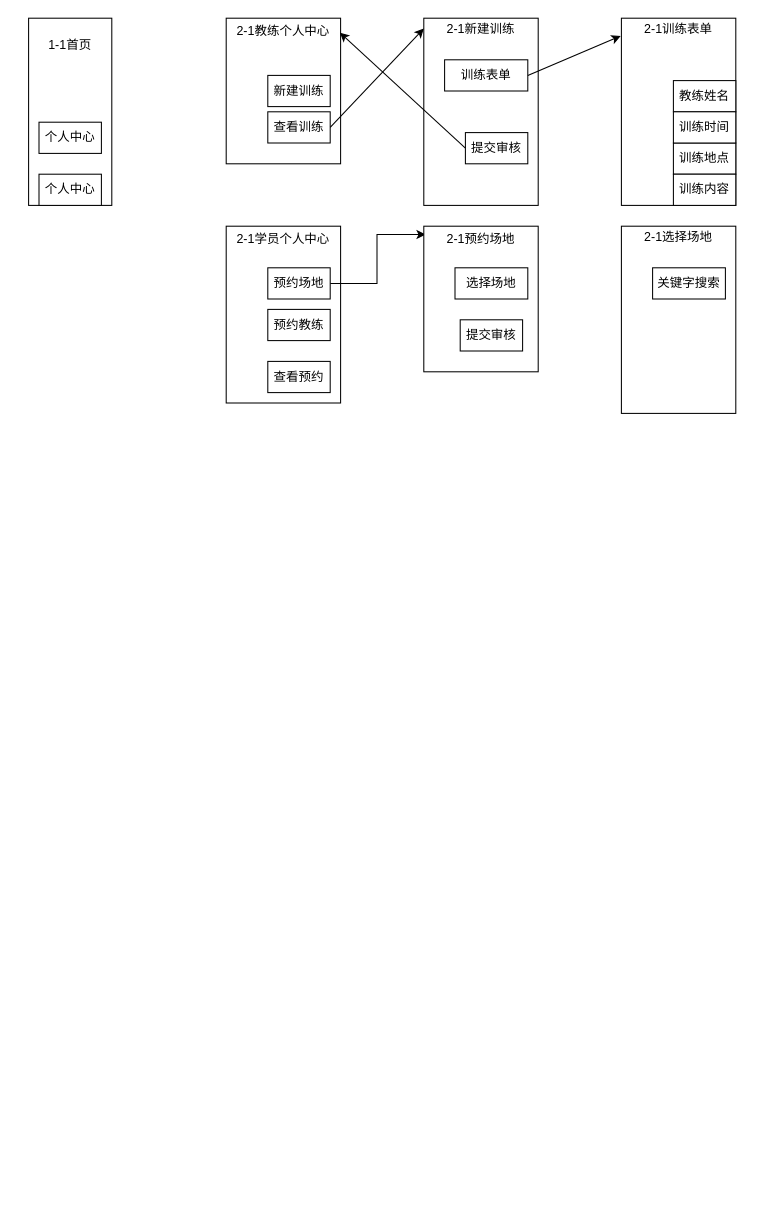
kaffu2ang/hw1 keeps this draw.io diagram as Untitled Diagram.drawio. Above is the earlier version. Source tidied: cells renumbered, new cells numbered last; positions are measured from the earlier drawing's top-left corner, leaving out a move shared by most shapes. Both pictures are drawn from the tidied source at 104%, with x=0, y=0 at pixel (28, 18).
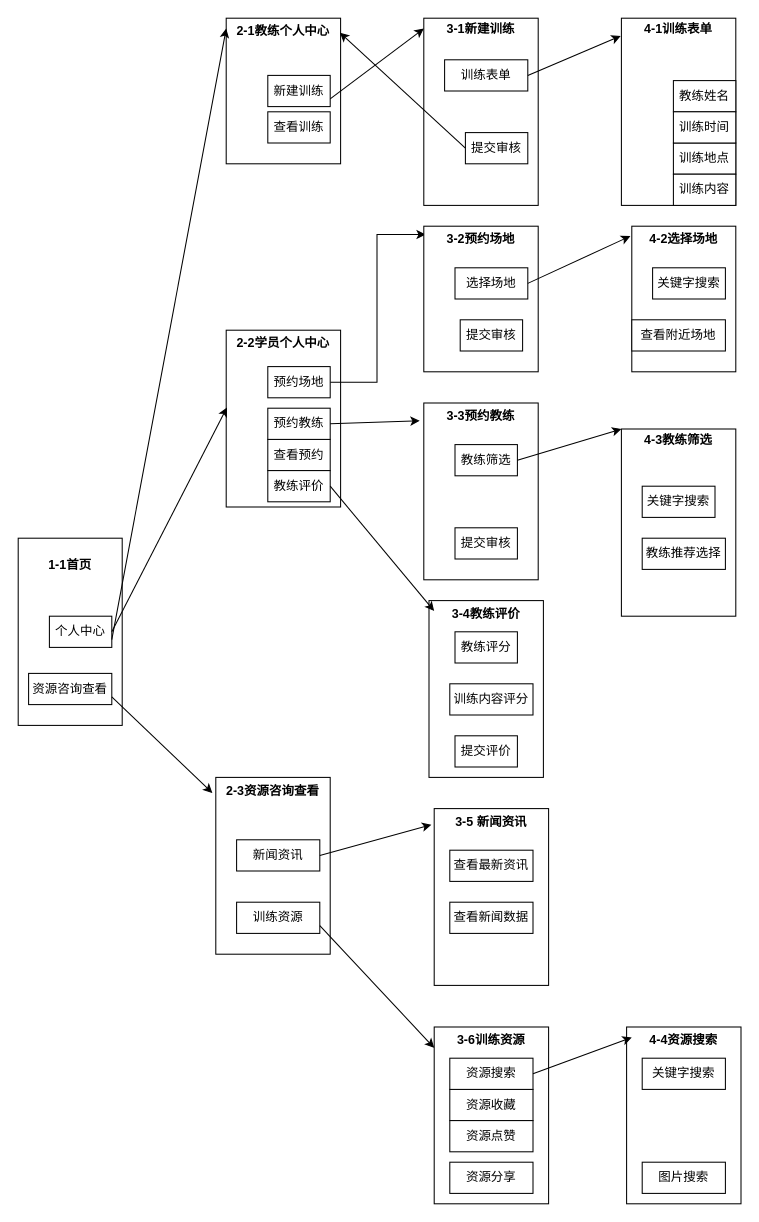
After the change.

Unchanged cells that the change refers to:
```xml
<mxCell id="5" value="查看训练" style="rounded=0;whiteSpace=wrap;html=1;" parent="1" vertex="1">
  <mxGeometry x="230" y="90" width="60" height="30" as="geometry" />
</mxCell>
<mxCell id="8" value="新建训练" style="rounded=0;whiteSpace=wrap;html=1;" parent="1" vertex="1">
  <mxGeometry x="230" y="55" width="60" height="30" as="geometry" />
</mxCell>
<mxCell id="24" value="选择场地" style="rounded=0;whiteSpace=wrap;html=1;" parent="1" vertex="1">
  <mxGeometry x="410" y="240" width="70" height="30" as="geometry" />
</mxCell>
```

What changed in the source:
```diff
@@
-    <mxCell id="2" value="&lt;div&gt;1-1首页&lt;/div&gt;&lt;div&gt;&lt;br&gt;&lt;/div&gt;&lt;div&gt;&lt;br&gt;&lt;/div&gt;&lt;div&gt;&lt;br&gt;&lt;/div&gt;&lt;div&gt;&lt;br&gt;&lt;/div&gt;&lt;div&gt;&lt;br&gt;&lt;/div&gt;&lt;div&gt;&lt;br&gt;&lt;/div&gt;&lt;div&gt;&lt;br&gt;&lt;/div&gt;&lt;div&gt;&lt;br&gt;&lt;/div&gt;&lt;div&gt;&lt;br&gt;&lt;/div&gt;" style="rounded=0;whiteSpace=wrap;html=1;" parent="1" vertex="1">
-      <mxGeometry width="80" height="180" as="geometry" />
+    <mxCell id="2" value="&lt;div&gt;1-1首页&lt;/div&gt;&lt;div&gt;&lt;br&gt;&lt;/div&gt;&lt;div&gt;&lt;br&gt;&lt;/div&gt;&lt;div&gt;&lt;br&gt;&lt;/div&gt;&lt;div&gt;&lt;br&gt;&lt;/div&gt;&lt;div&gt;&lt;br&gt;&lt;/div&gt;&lt;div&gt;&lt;br&gt;&lt;/div&gt;&lt;div&gt;&lt;br&gt;&lt;/div&gt;&lt;div&gt;&lt;br&gt;&lt;/div&gt;&lt;div&gt;&lt;br&gt;&lt;/div&gt;" style="rounded=0;whiteSpace=wrap;html=1;fontStyle=1;" parent="1" vertex="1">
+      <mxGeometry x="-10" y="500" width="100" height="180" as="geometry" />
     </mxCell>
     <mxCell id="3" value="个人中心" style="rounded=0;whiteSpace=wrap;html=1;" parent="1" vertex="1">
-      <mxGeometry x="10" y="100" width="60" height="30" as="geometry" />
+      <mxGeometry x="20" y="575" width="60" height="30" as="geometry" />
     </mxCell>
-    <mxCell id="4" value="&lt;div&gt;2-1教练个人中心&lt;/div&gt;&lt;div&gt;&lt;br&gt;&lt;/div&gt;&lt;div&gt;&lt;br&gt;&lt;/div&gt;&lt;div&gt;&lt;br&gt;&lt;/div&gt;&lt;div&gt;&lt;br&gt;&lt;/div&gt;&lt;div&gt;&lt;br&gt;&lt;/div&gt;&lt;div&gt;&lt;br&gt;&lt;/div&gt;&lt;div&gt;&lt;br&gt;&lt;/div&gt;&lt;div&gt;&lt;br&gt;&lt;/div&gt;" style="rounded=0;whiteSpace=wrap;html=1;" parent="1" vertex="1">
+    <mxCell id="4" value="&lt;div&gt;2-1教练个人中心&lt;/div&gt;&lt;div&gt;&lt;br&gt;&lt;/div&gt;&lt;div&gt;&lt;br&gt;&lt;/div&gt;&lt;div&gt;&lt;br&gt;&lt;/div&gt;&lt;div&gt;&lt;br&gt;&lt;/div&gt;&lt;div&gt;&lt;br&gt;&lt;/div&gt;&lt;div&gt;&lt;br&gt;&lt;/div&gt;&lt;div&gt;&lt;br&gt;&lt;/div&gt;&lt;div&gt;&lt;br&gt;&lt;/div&gt;" style="rounded=0;whiteSpace=wrap;html=1;fontStyle=1;" parent="1" vertex="1">
       <mxGeometry x="190" width="110" height="140" as="geometry" />
     </mxCell>
@@
-    <mxCell id="6" value="&lt;div&gt;2-1新建训练&lt;/div&gt;&lt;div&gt;&lt;br&gt;&lt;/div&gt;&lt;div&gt;&lt;br&gt;&lt;/div&gt;&lt;div&gt;&lt;br&gt;&lt;/div&gt;&lt;div&gt;&lt;br&gt;&lt;/div&gt;&lt;div&gt;&lt;br&gt;&lt;/div&gt;&lt;div&gt;&lt;br&gt;&lt;/div&gt;&lt;div&gt;&lt;br&gt;&lt;/div&gt;&lt;div&gt;&lt;br&gt;&lt;/div&gt;&lt;div&gt;&lt;br&gt;&lt;/div&gt;&lt;div&gt;&lt;br&gt;&lt;/div&gt;&lt;div&gt;&lt;br&gt;&lt;/div&gt;" style="rounded=0;whiteSpace=wrap;html=1;" parent="1" vertex="1">
+    <mxCell id="6" value="&lt;div&gt;3-1新建训练&lt;/div&gt;&lt;div&gt;&lt;br&gt;&lt;/div&gt;&lt;div&gt;&lt;br&gt;&lt;/div&gt;&lt;div&gt;&lt;br&gt;&lt;/div&gt;&lt;div&gt;&lt;br&gt;&lt;/div&gt;&lt;div&gt;&lt;br&gt;&lt;/div&gt;&lt;div&gt;&lt;br&gt;&lt;/div&gt;&lt;div&gt;&lt;br&gt;&lt;/div&gt;&lt;div&gt;&lt;br&gt;&lt;/div&gt;&lt;div&gt;&lt;br&gt;&lt;/div&gt;&lt;div&gt;&lt;br&gt;&lt;/div&gt;&lt;div&gt;&lt;br&gt;&lt;/div&gt;" style="rounded=0;whiteSpace=wrap;html=1;fontStyle=1;" parent="1" vertex="1">
       <mxGeometry x="380" width="110" height="180" as="geometry" />
     </mxCell>
-    <mxCell id="7" value="&lt;div&gt;2-1学员个人中心&lt;/div&gt;&lt;div&gt;&lt;br&gt;&lt;/div&gt;&lt;div&gt;&lt;br&gt;&lt;/div&gt;&lt;div&gt;&lt;br&gt;&lt;/div&gt;&lt;div&gt;&lt;br&gt;&lt;/div&gt;&lt;div&gt;&lt;br&gt;&lt;/div&gt;&lt;div&gt;&lt;br&gt;&lt;/div&gt;&lt;div&gt;&lt;br&gt;&lt;/div&gt;&lt;div&gt;&lt;br&gt;&lt;/div&gt;&lt;div&gt;&lt;br&gt;&lt;/div&gt;&lt;div&gt;&lt;br&gt;&lt;/div&gt;" style="rounded=0;whiteSpace=wrap;html=1;" parent="1" vertex="1">
-      <mxGeometry x="190" y="200" width="110" height="170" as="geometry" />
+    <mxCell id="7" value="&lt;div&gt;2-2学员个人中心&lt;/div&gt;&lt;div&gt;&lt;br&gt;&lt;/div&gt;&lt;div&gt;&lt;br&gt;&lt;/div&gt;&lt;div&gt;&lt;br&gt;&lt;/div&gt;&lt;div&gt;&lt;br&gt;&lt;/div&gt;&lt;div&gt;&lt;br&gt;&lt;/div&gt;&lt;div&gt;&lt;br&gt;&lt;/div&gt;&lt;div&gt;&lt;br&gt;&lt;/div&gt;&lt;div&gt;&lt;br&gt;&lt;/div&gt;&lt;div&gt;&lt;br&gt;&lt;/div&gt;&lt;div&gt;&lt;br&gt;&lt;/div&gt;" style="rounded=0;whiteSpace=wrap;html=1;fontStyle=1;" parent="1" vertex="1">
+      <mxGeometry x="190" y="300" width="110" height="170" as="geometry" />
     </mxCell>
@@
     <mxCell id="10" value="预约场地" style="rounded=0;whiteSpace=wrap;html=1;" parent="1" vertex="1">
-      <mxGeometry x="230" y="240" width="60" height="30" as="geometry" />
+      <mxGeometry x="230" y="335" width="60" height="30" as="geometry" />
     </mxCell>
     <mxCell id="11" value="查看预约" style="rounded=0;whiteSpace=wrap;html=1;" parent="1" vertex="1">
-      <mxGeometry x="230" y="330" width="60" height="30" as="geometry" />
+      <mxGeometry x="230" y="405" width="60" height="30" as="geometry" />
     </mxCell>
@@
-    <mxCell id="13" value="&lt;div&gt;2-1训练表单&lt;/div&gt;&lt;div&gt;&lt;br&gt;&lt;/div&gt;&lt;div&gt;&lt;br&gt;&lt;/div&gt;&lt;div&gt;&lt;br&gt;&lt;/div&gt;&lt;div&gt;&lt;br&gt;&lt;/div&gt;&lt;div&gt;&lt;br&gt;&lt;/div&gt;&lt;div&gt;&lt;br&gt;&lt;/div&gt;&lt;div&gt;&lt;br&gt;&lt;/div&gt;&lt;div&gt;&lt;br&gt;&lt;/div&gt;&lt;div&gt;&lt;br&gt;&lt;/div&gt;&lt;div&gt;&lt;br&gt;&lt;/div&gt;&lt;div&gt;&lt;br&gt;&lt;/div&gt;" style="rounded=0;whiteSpace=wrap;html=1;" parent="1" vertex="1">
+    <mxCell id="13" value="&lt;div&gt;4-1训练表单&lt;/div&gt;&lt;div&gt;&lt;br&gt;&lt;/div&gt;&lt;div&gt;&lt;br&gt;&lt;/div&gt;&lt;div&gt;&lt;br&gt;&lt;/div&gt;&lt;div&gt;&lt;br&gt;&lt;/div&gt;&lt;div&gt;&lt;br&gt;&lt;/div&gt;&lt;div&gt;&lt;br&gt;&lt;/div&gt;&lt;div&gt;&lt;br&gt;&lt;/div&gt;&lt;div&gt;&lt;br&gt;&lt;/div&gt;&lt;div&gt;&lt;br&gt;&lt;/div&gt;&lt;div&gt;&lt;br&gt;&lt;/div&gt;&lt;div&gt;&lt;br&gt;&lt;/div&gt;" style="rounded=0;whiteSpace=wrap;html=1;fontStyle=1;" parent="1" vertex="1">
       <mxGeometry x="570" width="110" height="180" as="geometry" />
     </mxCell>
@@
-    <mxCell id="21" style="endArrow=classic;html=1;exitX=1;exitY=0.5;exitDx=0;exitDy=0;" parent="1" edge="1" source="5">
+    <mxCell id="21" style="endArrow=classic;html=1;exitX=1;exitY=0.75;exitDx=0;exitDy=0;" parent="1" edge="1" source="8">
       <mxGeometry relative="1" as="geometry">
         <mxPoint x="380" y="10" as="targetPoint" />
       </mxGeometry>
     </mxCell>
-    <mxCell id="22" value="个人中心" style="rounded=0;whiteSpace=wrap;html=1;" parent="1" vertex="1">
-      <mxGeometry x="10" y="150" width="60" height="30" as="geometry" />
+    <mxCell id="22" value="资源咨询查看" style="rounded=0;whiteSpace=wrap;html=1;" parent="1" vertex="1">
+      <mxGeometry y="630" width="80" height="30" as="geometry" />
     </mxCell>
-    <mxCell id="23" value="&lt;div&gt;2-1预约场地&lt;/div&gt;&lt;div&gt;&lt;br&gt;&lt;/div&gt;&lt;div&gt;&lt;br&gt;&lt;/div&gt;&lt;div&gt;&lt;br&gt;&lt;/div&gt;&lt;div&gt;&lt;br&gt;&lt;/div&gt;&lt;div&gt;&lt;br&gt;&lt;/div&gt;&lt;div&gt;&lt;br&gt;&lt;/div&gt;&lt;div&gt;&lt;br&gt;&lt;/div&gt;&lt;div&gt;&lt;br&gt;&lt;/div&gt;" style="rounded=0;whiteSpace=wrap;html=1;" parent="1" vertex="1">
+    <mxCell id="23" value="&lt;div&gt;3-2预约场地&lt;/div&gt;&lt;div&gt;&lt;br&gt;&lt;/div&gt;&lt;div&gt;&lt;br&gt;&lt;/div&gt;&lt;div&gt;&lt;br&gt;&lt;/div&gt;&lt;div&gt;&lt;br&gt;&lt;/div&gt;&lt;div&gt;&lt;br&gt;&lt;/div&gt;&lt;div&gt;&lt;br&gt;&lt;/div&gt;&lt;div&gt;&lt;br&gt;&lt;/div&gt;&lt;div&gt;&lt;br&gt;&lt;/div&gt;" style="rounded=0;whiteSpace=wrap;html=1;fontStyle=1;" parent="1" vertex="1">
       <mxGeometry x="380" y="200" width="110" height="140" as="geometry" />
     </mxCell>
@@
-    <mxCell id="26" value="&lt;div&gt;2-1选择场地&lt;/div&gt;&lt;div&gt;&lt;br&gt;&lt;/div&gt;&lt;div&gt;&lt;br&gt;&lt;/div&gt;&lt;div&gt;&lt;br&gt;&lt;/div&gt;&lt;div&gt;&lt;br&gt;&lt;/div&gt;&lt;div&gt;&lt;br&gt;&lt;/div&gt;&lt;div&gt;&lt;br&gt;&lt;/div&gt;&lt;div&gt;&lt;br&gt;&lt;/div&gt;&lt;div&gt;&lt;br&gt;&lt;/div&gt;&lt;div&gt;&lt;br&gt;&lt;/div&gt;&lt;div&gt;&lt;br&gt;&lt;/div&gt;&lt;div&gt;&lt;br&gt;&lt;/div&gt;" style="rounded=0;whiteSpace=wrap;html=1;" parent="1" vertex="1">
-      <mxGeometry x="570" y="200" width="110" height="180" as="geometry" />
+    <mxCell id="26" value="&lt;div&gt;&lt;br&gt;&lt;/div&gt;&lt;div&gt;&lt;br&gt;&lt;/div&gt;&lt;div&gt;&lt;br&gt;&lt;/div&gt;&lt;div&gt;4-2选择场地&lt;/div&gt;&lt;div&gt;&lt;br&gt;&lt;/div&gt;&lt;div&gt;&lt;br&gt;&lt;/div&gt;&lt;div&gt;&lt;br&gt;&lt;/div&gt;&lt;div&gt;&lt;br&gt;&lt;/div&gt;&lt;div&gt;&lt;br&gt;&lt;/div&gt;&lt;div&gt;&lt;br&gt;&lt;/div&gt;&lt;div&gt;&lt;br&gt;&lt;/div&gt;&lt;div&gt;&lt;br&gt;&lt;/div&gt;&lt;div&gt;&lt;br&gt;&lt;/div&gt;&lt;div&gt;&lt;br&gt;&lt;/div&gt;&lt;div&gt;&lt;br&gt;&lt;/div&gt;" style="rounded=0;whiteSpace=wrap;html=1;fontStyle=1;" parent="1" vertex="1">
+      <mxGeometry x="580" y="200" width="100" height="140" as="geometry" />
     </mxCell>
@@
     <mxCell id="28" value="预约教练" style="rounded=0;whiteSpace=wrap;html=1;" parent="1" vertex="1">
-      <mxGeometry x="230" y="280" width="60" height="30" as="geometry" />
+      <mxGeometry x="230" y="375" width="60" height="30" as="geometry" />
     </mxCell>
+    <mxCell id="29" value="查看附近场地" style="rounded=0;whiteSpace=wrap;html=1;" parent="1" vertex="1">
+      <mxGeometry x="580" y="290" width="90" height="30" as="geometry" />
+    </mxCell>
+    <mxCell id="30" value="&lt;div&gt;3-3预约教练&lt;/div&gt;&lt;div&gt;&lt;br&gt;&lt;/div&gt;&lt;div&gt;&lt;br&gt;&lt;/div&gt;&lt;div&gt;&lt;br&gt;&lt;/div&gt;&lt;div&gt;&lt;br&gt;&lt;/div&gt;&lt;div&gt;&lt;br&gt;&lt;/div&gt;&lt;div&gt;&lt;br&gt;&lt;/div&gt;&lt;div&gt;&lt;br&gt;&lt;/div&gt;&lt;div&gt;&lt;br&gt;&lt;/div&gt;&lt;div&gt;&lt;br&gt;&lt;/div&gt;&lt;div&gt;&lt;br&gt;&lt;/div&gt;" style="rounded=0;whiteSpace=wrap;html=1;fontStyle=1;" parent="1" vertex="1">
+      <mxGeometry x="380" y="370" width="110" height="170" as="geometry" />
+    </mxCell>
+    <mxCell id="31" value="教练筛选" style="rounded=0;whiteSpace=wrap;html=1;" parent="1" vertex="1">
+      <mxGeometry x="410" y="410" width="60" height="30" as="geometry" />
+    </mxCell>
+    <mxCell id="32" value="提交审核" style="rounded=0;whiteSpace=wrap;html=1;" parent="1" vertex="1">
+      <mxGeometry x="410" y="490" width="60" height="30" as="geometry" />
+    </mxCell>
+    <mxCell id="33" value="&lt;div&gt;4-3教练筛选&lt;/div&gt;&lt;div&gt;&lt;br&gt;&lt;/div&gt;&lt;div&gt;&lt;br&gt;&lt;/div&gt;&lt;div&gt;&lt;br&gt;&lt;/div&gt;&lt;div&gt;&lt;br&gt;&lt;/div&gt;&lt;div&gt;&lt;br&gt;&lt;/div&gt;&lt;div&gt;&lt;br&gt;&lt;/div&gt;&lt;div&gt;&lt;br&gt;&lt;/div&gt;&lt;div&gt;&lt;br&gt;&lt;/div&gt;&lt;div&gt;&lt;br&gt;&lt;/div&gt;&lt;div&gt;&lt;br&gt;&lt;/div&gt;&lt;div&gt;&lt;br&gt;&lt;/div&gt;" style="rounded=0;whiteSpace=wrap;html=1;fontStyle=1;" parent="1" vertex="1">
+      <mxGeometry x="570" y="395" width="110" height="180" as="geometry" />
+    </mxCell>
+    <mxCell id="34" value="关键字搜索" style="rounded=0;whiteSpace=wrap;html=1;" parent="1" vertex="1">
+      <mxGeometry x="590" y="450" width="70" height="30" as="geometry" />
+    </mxCell>
+    <mxCell id="35" value="教练推荐选择" style="rounded=0;whiteSpace=wrap;html=1;" parent="1" vertex="1">
+      <mxGeometry x="590" y="500" width="80" height="30" as="geometry" />
+    </mxCell>
+    <mxCell id="36" style="endArrow=classic;html=1;entryX=-0.036;entryY=0.101;entryDx=0;entryDy=0;entryPerimeter=0;exitX=1;exitY=0.5;exitDx=0;exitDy=0;" parent="1" edge="1" source="28" target="30">
+      <mxGeometry relative="1" as="geometry" />
+    </mxCell>
+    <mxCell id="37" style="endArrow=classic;html=1;entryX=0;entryY=0;entryDx=0;entryDy=0;exitX=1;exitY=0.5;exitDx=0;exitDy=0;" parent="1" edge="1" source="31" target="33">
+      <mxGeometry relative="1" as="geometry" />
+    </mxCell>
+    <mxCell id="38" value="教练评价" style="rounded=0;whiteSpace=wrap;html=1;" parent="1" vertex="1">
+      <mxGeometry x="230" y="435" width="60" height="30" as="geometry" />
+    </mxCell>
+    <mxCell id="39" style="endArrow=classic;html=1;exitX=1;exitY=0.5;exitDx=0;exitDy=0;entryX=-0.014;entryY=0.068;entryDx=0;entryDy=0;entryPerimeter=0;" parent="1" edge="1" source="24" target="26">
+      <mxGeometry relative="1" as="geometry" />
+    </mxCell>
+    <mxCell id="40" value="&lt;div&gt;3-4教练评价&lt;/div&gt;&lt;div&gt;&lt;br&gt;&lt;/div&gt;&lt;div&gt;&lt;br&gt;&lt;/div&gt;&lt;div&gt;&lt;br&gt;&lt;/div&gt;&lt;div&gt;&lt;br&gt;&lt;/div&gt;&lt;div&gt;&lt;br&gt;&lt;/div&gt;&lt;div&gt;&lt;br&gt;&lt;/div&gt;&lt;div&gt;&lt;br&gt;&lt;/div&gt;&lt;div&gt;&lt;br&gt;&lt;/div&gt;&lt;div&gt;&lt;br&gt;&lt;/div&gt;&lt;div&gt;&lt;br&gt;&lt;/div&gt;" style="rounded=0;whiteSpace=wrap;html=1;fontStyle=1;" parent="1" vertex="1">
+      <mxGeometry x="385" y="560" width="110" height="170" as="geometry" />
+    </mxCell>
+    <mxCell id="41" style="endArrow=classic;html=1;exitX=1;exitY=0.5;exitDx=0;exitDy=0;entryX=0.045;entryY=0.059;entryDx=0;entryDy=0;entryPerimeter=0;" parent="1" edge="1" source="38" target="40">
+      <mxGeometry relative="1" as="geometry" />
+    </mxCell>
+    <mxCell id="42" value="教练评分" style="rounded=0;whiteSpace=wrap;html=1;" parent="1" vertex="1">
+      <mxGeometry x="410" y="590" width="60" height="30" as="geometry" />
+    </mxCell>
+    <mxCell id="43" value="提交评价" style="rounded=0;whiteSpace=wrap;html=1;" parent="1" vertex="1">
+      <mxGeometry x="410" y="690" width="60" height="30" as="geometry" />
+    </mxCell>
+    <mxCell id="44" style="endArrow=classic;html=1;exitX=1;exitY=0.75;exitDx=0;exitDy=0;entryX=0;entryY=0.071;entryDx=0;entryDy=0;entryPerimeter=0;" parent="1" edge="1" source="3" target="4">
+      <mxGeometry relative="1" as="geometry" />
+    </mxCell>
+    <mxCell id="45" style="endArrow=classic;html=1;entryX=0.007;entryY=0.437;entryDx=0;entryDy=0;entryPerimeter=0;" parent="1" edge="1" target="7">
+      <mxGeometry relative="1" as="geometry">
+        <mxPoint x="80" y="590" as="sourcePoint" />
+      </mxGeometry>
+    </mxCell>
+    <mxCell id="46" value="&lt;div&gt;2-3资源咨询查看&lt;/div&gt;&lt;div&gt;&lt;br&gt;&lt;/div&gt;&lt;div&gt;&lt;br&gt;&lt;/div&gt;&lt;div&gt;&lt;br&gt;&lt;/div&gt;&lt;div&gt;&lt;br&gt;&lt;/div&gt;&lt;div&gt;&lt;br&gt;&lt;/div&gt;&lt;div&gt;&lt;br&gt;&lt;/div&gt;&lt;div&gt;&lt;br&gt;&lt;/div&gt;&lt;div&gt;&lt;br&gt;&lt;/div&gt;&lt;div&gt;&lt;br&gt;&lt;/div&gt;&lt;div&gt;&lt;br&gt;&lt;/div&gt;" style="rounded=0;whiteSpace=wrap;html=1;fontStyle=1;" parent="1" vertex="1">
+      <mxGeometry x="180" y="730" width="110" height="170" as="geometry" />
+    </mxCell>
+    <mxCell id="47" value="训练内容评分" style="rounded=0;whiteSpace=wrap;html=1;" parent="1" vertex="1">
+      <mxGeometry x="405" y="640" width="80" height="30" as="geometry" />
+    </mxCell>
+    <mxCell id="48" value="新闻资讯" style="rounded=0;whiteSpace=wrap;html=1;" parent="1" vertex="1">
+      <mxGeometry x="200" y="790" width="80" height="30" as="geometry" />
+    </mxCell>
+    <mxCell id="49" value="训练资源" style="rounded=0;whiteSpace=wrap;html=1;" parent="1" vertex="1">
+      <mxGeometry x="200" y="850" width="80" height="30" as="geometry" />
+    </mxCell>
+    <mxCell id="50" value="&lt;div&gt;3-6训练资源&lt;/div&gt;&lt;div&gt;&lt;br&gt;&lt;/div&gt;&lt;div&gt;&lt;br&gt;&lt;/div&gt;&lt;div&gt;&lt;br&gt;&lt;/div&gt;&lt;div&gt;&lt;br&gt;&lt;/div&gt;&lt;div&gt;&lt;br&gt;&lt;/div&gt;&lt;div&gt;&lt;br&gt;&lt;/div&gt;&lt;div&gt;&lt;br&gt;&lt;/div&gt;&lt;div&gt;&lt;br&gt;&lt;/div&gt;&lt;div&gt;&lt;br&gt;&lt;/div&gt;&lt;div&gt;&lt;br&gt;&lt;/div&gt;" style="rounded=0;whiteSpace=wrap;html=1;fontStyle=1;" parent="1" vertex="1">
+      <mxGeometry x="390" y="970" width="110" height="170" as="geometry" />
+    </mxCell>
+    <mxCell id="51" value="资源收藏" style="rounded=0;whiteSpace=wrap;html=1;" parent="1" vertex="1">
+      <mxGeometry x="405" y="1030" width="80" height="30" as="geometry" />
+    </mxCell>
+    <mxCell id="52" value="资源点赞" style="rounded=0;whiteSpace=wrap;html=1;" parent="1" vertex="1">
+      <mxGeometry x="405" y="1060" width="80" height="30" as="geometry" />
+    </mxCell>
+    <mxCell id="53" value="资源分享" style="rounded=0;whiteSpace=wrap;html=1;" parent="1" vertex="1">
+      <mxGeometry x="405" y="1100" width="80" height="30" as="geometry" />
+    </mxCell>
+    <mxCell id="54" value="&lt;div&gt;3-5 新闻资讯&lt;br&gt;&lt;/div&gt;&lt;div&gt;&lt;br&gt;&lt;/div&gt;&lt;div&gt;&lt;br&gt;&lt;/div&gt;&lt;div&gt;&lt;br&gt;&lt;/div&gt;&lt;div&gt;&lt;br&gt;&lt;/div&gt;&lt;div&gt;&lt;br&gt;&lt;/div&gt;&lt;div&gt;&lt;br&gt;&lt;/div&gt;&lt;div&gt;&lt;br&gt;&lt;/div&gt;&lt;div&gt;&lt;br&gt;&lt;/div&gt;&lt;div&gt;&lt;br&gt;&lt;/div&gt;&lt;div&gt;&lt;br&gt;&lt;/div&gt;" style="rounded=0;whiteSpace=wrap;html=1;fontStyle=1;" parent="1" vertex="1">
+      <mxGeometry x="390" y="760" width="110" height="170" as="geometry" />
+    </mxCell>
+    <mxCell id="55" value="查看最新资讯" style="rounded=0;whiteSpace=wrap;html=1;" parent="1" vertex="1">
+      <mxGeometry x="405" y="800" width="80" height="30" as="geometry" />
+    </mxCell>
+    <mxCell id="56" value="查看新闻数据" style="rounded=0;whiteSpace=wrap;html=1;" parent="1" vertex="1">
+      <mxGeometry x="405" y="850" width="80" height="30" as="geometry" />
+    </mxCell>
+    <mxCell id="57" style="endArrow=classic;html=1;exitX=1;exitY=0.75;exitDx=0;exitDy=0;entryX=-0.03;entryY=0.088;entryDx=0;entryDy=0;entryPerimeter=0;" parent="1" edge="1" source="22" target="46">
+      <mxGeometry relative="1" as="geometry" />
+    </mxCell>
+    <mxCell id="58" style="endArrow=classic;html=1;exitX=1;exitY=0.5;exitDx=0;exitDy=0;entryX=-0.025;entryY=0.091;entryDx=0;entryDy=0;entryPerimeter=0;" parent="1" edge="1" source="48" target="54">
+      <mxGeometry relative="1" as="geometry" />
+    </mxCell>
+    <mxCell id="59" style="endArrow=classic;html=1;entryX=0;entryY=0.118;entryDx=0;entryDy=0;entryPerimeter=0;exitX=1;exitY=0.75;exitDx=0;exitDy=0;" parent="1" edge="1" source="49" target="50">
+      <mxGeometry relative="1" as="geometry" />
+    </mxCell>
+    <mxCell id="60" value="资源搜索" style="rounded=0;whiteSpace=wrap;html=1;" parent="1" vertex="1">
+      <mxGeometry x="405" y="1000" width="80" height="30" as="geometry" />
+    </mxCell>
+    <mxCell id="61" value="&lt;div&gt;4-4资源搜索&lt;/div&gt;&lt;div&gt;&lt;br&gt;&lt;/div&gt;&lt;div&gt;&lt;br&gt;&lt;/div&gt;&lt;div&gt;&lt;br&gt;&lt;/div&gt;&lt;div&gt;&lt;br&gt;&lt;/div&gt;&lt;div&gt;&lt;br&gt;&lt;/div&gt;&lt;div&gt;&lt;br&gt;&lt;/div&gt;&lt;div&gt;&lt;br&gt;&lt;/div&gt;&lt;div&gt;&lt;br&gt;&lt;/div&gt;&lt;div&gt;&lt;br&gt;&lt;/div&gt;&lt;div&gt;&lt;br&gt;&lt;/div&gt;" style="rounded=0;whiteSpace=wrap;html=1;fontStyle=1;" parent="1" vertex="1">
+      <mxGeometry x="575" y="970" width="110" height="170" as="geometry" />
+    </mxCell>
+    <mxCell id="62" value="图片搜索" style="rounded=0;whiteSpace=wrap;html=1;" parent="1" vertex="1">
+      <mxGeometry x="590" y="1100" width="80" height="30" as="geometry" />
+    </mxCell>
+    <mxCell id="63" value="关键字搜索" style="rounded=0;whiteSpace=wrap;html=1;" parent="1" vertex="1">
+      <mxGeometry x="590" y="1000" width="80" height="30" as="geometry" />
+    </mxCell>
+    <mxCell id="64" style="endArrow=classic;html=1;exitX=1;exitY=0.5;exitDx=0;exitDy=0;entryX=0.045;entryY=0.059;entryDx=0;entryDy=0;entryPerimeter=0;" parent="1" edge="1" source="60" target="61">
+      <mxGeometry relative="1" as="geometry" />
+    </mxCell>
```
